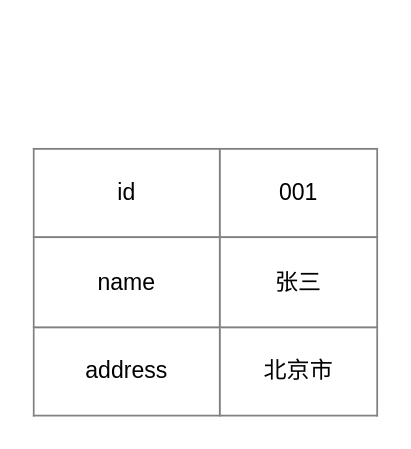
Before: ES_mapping_types.drawio in bluefantasy2014/draw.io, a draw.io diagram. Source tidied: cells renumbered, new cells numbered last; positions are measured from the earlier drawing's top-left corner, leaving out a move shared by most shapes. Both pictures are drawn from the tidied source at 192%, with x=0, y=0 at pixel (33, 148).
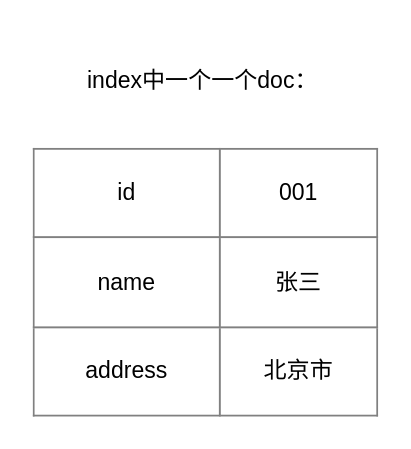
After the change.

What changed in the source:
```diff
@@
 <mxGraphModel>
   <root>
     <mxCell id="0" />
     <mxCell id="1" parent="0" />
     <mxCell id="2" value="&lt;table border=&quot;1&quot; width=&quot;100%&quot; style=&quot;width: 100% ; height: 100% ; border-collapse: collapse&quot;&gt;&lt;tbody&gt;&lt;tr&gt;&lt;td align=&quot;center&quot;&gt;id&lt;/td&gt;&lt;td align=&quot;center&quot;&gt;001&lt;/td&gt;&lt;/tr&gt;&lt;tr&gt;&lt;td align=&quot;center&quot;&gt;name&lt;/td&gt;&lt;td align=&quot;center&quot;&gt;张三&lt;/td&gt;&lt;/tr&gt;&lt;tr&gt;&lt;td align=&quot;center&quot;&gt;address&lt;/td&gt;&lt;td align=&quot;center&quot;&gt;北京市&lt;/td&gt;&lt;/tr&gt;&lt;/tbody&gt;&lt;/table&gt;" style="text;html=1;strokeColor=none;fillColor=none;overflow=fill;" parent="1" vertex="1">
       <mxGeometry width="180" height="140" as="geometry" />
     </mxCell>
+    <mxCell id="3" value="index中一个一个doc：&amp;nbsp;" style="text;html=1;strokeColor=none;fillColor=none;align=center;verticalAlign=middle;whiteSpace=wrap;rounded=0;" parent="1" vertex="1">
+      <mxGeometry y="-60" width="180" height="50" as="geometry" />
+    </mxCell>
   </root>
 </mxGraphModel>
```
